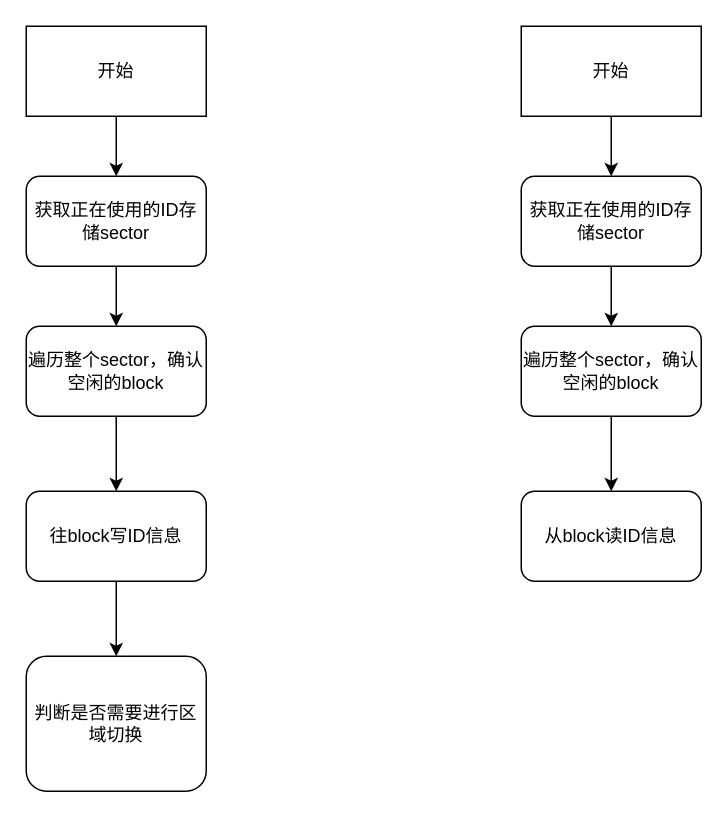
blackfalsehood/mycode keeps this draw.io diagram as page "Page-2" (2 of 3) of P3.drawio. Above is the earlier version. Source tidied: cells renumbered, new cells numbered last; positions are measured from the earlier drawing's top-left corner, leaving out a move shared by most shapes. Both pictures are drawn from the tidied source at 150%, with x=0, y=0 at pixel (26, 26).
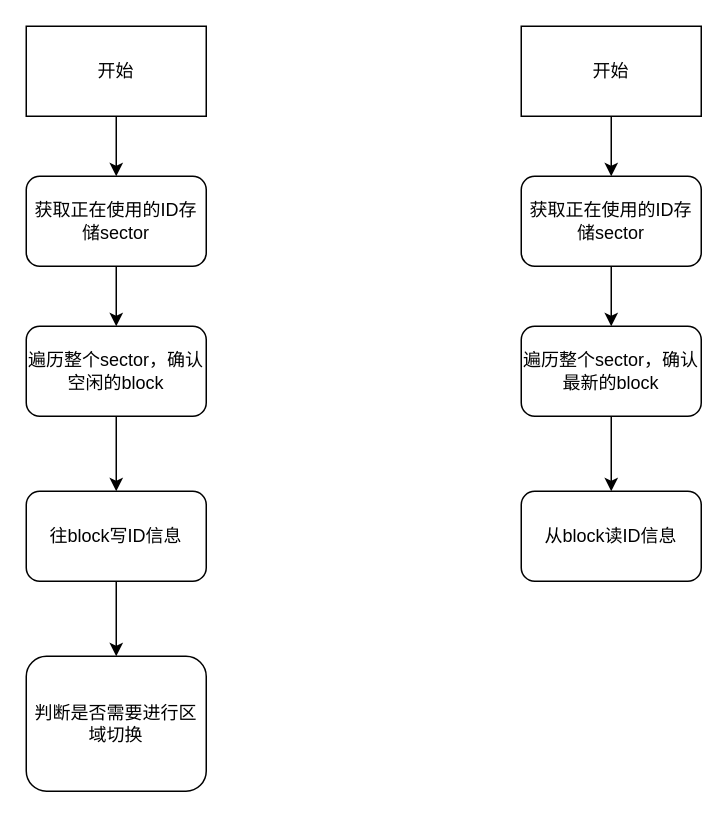
The same page after the edit.

Diff of the diagram source:
```diff
@@
 <mxGraphModel>
   <root>
     <mxCell id="0" />
     <mxCell id="1" parent="0" />
     <mxCell id="2" style="edgeStyle=orthogonalEdgeStyle;rounded=0;jettySize=auto;html=1;" parent="1" edge="1" source="3" target="5">
       <mxGeometry relative="1" as="geometry" />
     </mxCell>
     <mxCell id="3" value="开始" style="rounded=0;whiteSpace=wrap;html=1;" parent="1" vertex="1">
       <mxGeometry width="120" height="60" as="geometry" />
     </mxCell>
     <mxCell id="4" style="edgeStyle=orthogonalEdgeStyle;rounded=0;jettySize=auto;html=1;" parent="1" edge="1" source="5" target="7">
       <mxGeometry relative="1" as="geometry" />
     </mxCell>
     <mxCell id="5" value="获取正在使用的ID存储sector" style="rounded=1;whiteSpace=wrap;html=1;" parent="1" vertex="1">
       <mxGeometry y="100" width="120" height="60" as="geometry" />
     </mxCell>
     <mxCell id="6" style="edgeStyle=orthogonalEdgeStyle;rounded=0;jettySize=auto;html=1;" parent="1" edge="1" source="7" target="9">
       <mxGeometry relative="1" as="geometry" />
     </mxCell>
     <mxCell id="7" value="遍历整个sector，确认&lt;br&gt;空闲的block" style="rounded=1;whiteSpace=wrap;html=1;" parent="1" vertex="1">
       <mxGeometry y="200" width="120" height="60" as="geometry" />
     </mxCell>
     <mxCell id="8" style="edgeStyle=orthogonalEdgeStyle;rounded=0;jettySize=auto;html=1;" parent="1" edge="1" source="9" target="10">
       <mxGeometry relative="1" as="geometry" />
     </mxCell>
     <mxCell id="9" value="往block写ID信息" style="rounded=1;whiteSpace=wrap;html=1;" parent="1" vertex="1">
       <mxGeometry y="310" width="120" height="60" as="geometry" />
     </mxCell>
     <mxCell id="10" value="判断是否需要进行区域切换" style="whiteSpace=wrap;html=1;rounded=1;" parent="1" vertex="1">
       <mxGeometry y="420" width="120" height="90" as="geometry" />
     </mxCell>
     <mxCell id="11" style="edgeStyle=orthogonalEdgeStyle;rounded=0;jettySize=auto;html=1;" parent="1" edge="1" source="12" target="14">
       <mxGeometry relative="1" as="geometry" />
     </mxCell>
     <mxCell id="12" value="开始" style="rounded=0;whiteSpace=wrap;html=1;" parent="1" vertex="1">
       <mxGeometry x="330" width="120" height="60" as="geometry" />
     </mxCell>
     <mxCell id="13" style="edgeStyle=orthogonalEdgeStyle;rounded=0;jettySize=auto;html=1;" parent="1" edge="1" source="14" target="16">
       <mxGeometry relative="1" as="geometry" />
     </mxCell>
     <mxCell id="14" value="获取正在使用的ID存储sector" style="rounded=1;whiteSpace=wrap;html=1;" parent="1" vertex="1">
       <mxGeometry x="330" y="100" width="120" height="60" as="geometry" />
     </mxCell>
     <mxCell id="15" style="edgeStyle=orthogonalEdgeStyle;rounded=0;jettySize=auto;html=1;" parent="1" edge="1" source="16" target="17">
       <mxGeometry relative="1" as="geometry" />
     </mxCell>
-    <mxCell id="16" value="遍历整个sector，确认&lt;br&gt;空闲的block" style="rounded=1;whiteSpace=wrap;html=1;" parent="1" vertex="1">
+    <mxCell id="16" value="遍历整个sector，确认&lt;br&gt;最新的block" style="rounded=1;whiteSpace=wrap;html=1;" parent="1" vertex="1">
       <mxGeometry x="330" y="200" width="120" height="60" as="geometry" />
     </mxCell>
     <mxCell id="17" value="从block读ID信息" style="rounded=1;whiteSpace=wrap;html=1;" parent="1" vertex="1">
       <mxGeometry x="330" y="310" width="120" height="60" as="geometry" />
     </mxCell>
   </root>
 </mxGraphModel>
```
